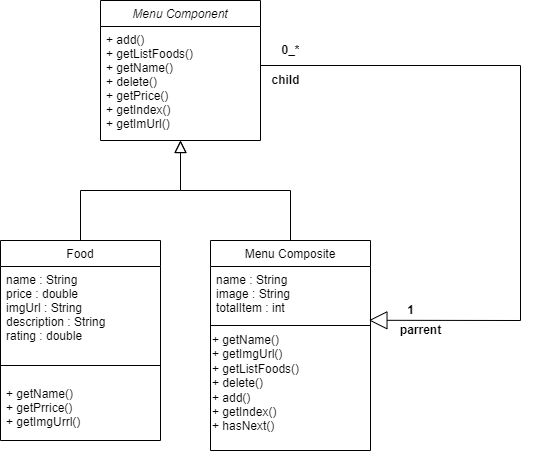
Before: ProjectDP/COMPOSITE.png, a diagram exported from draw.io (Dat0309/design-patterms). Source tidied: cells renumbered, new cells last; positions are measured from the earlier drawing's top-left corner, leaving out a move shared by most shapes.
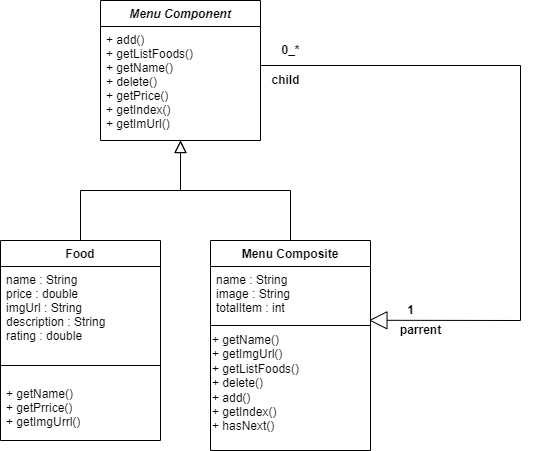
The same diagram one commit later.

Diff of the diagram source:
```diff
@@ -2,13 +2,13 @@
   <root>
     <mxCell id="0" />
     <mxCell id="1" parent="0" />
-    <mxCell id="2" value="Menu Component" style="swimlane;fontStyle=2;align=center;verticalAlign=top;horizontal=1;startSize=26;rounded=0;shadow=0;strokeWidth=1;" parent="1" vertex="1">
+    <mxCell id="2" value="Menu Component" style="swimlane;fontStyle=3;align=center;verticalAlign=top;horizontal=1;startSize=26;rounded=0;shadow=0;strokeWidth=1;" parent="1" vertex="1">
       <mxGeometry x="100" width="160" height="140" as="geometry" />
     </mxCell>
     <mxCell id="3" value="+ add()&#10;+ getListFoods()&#10;+ getName()&#10;+ delete()&#10;+ getPrice()&#10;+ getIndex()&#10;+ getImUrl()" style="text;align=left;verticalAlign=top;spacingLeft=4;spacingRight=4;overflow=hidden;" parent="2" vertex="1">
       <mxGeometry y="26" width="160" height="114" as="geometry" />
     </mxCell>
-    <mxCell id="4" value="Food" style="swimlane;fontStyle=0;align=center;verticalAlign=top;horizontal=1;startSize=26;rounded=0;shadow=0;strokeWidth=1;" parent="1" vertex="1">
+    <mxCell id="4" value="Food" style="swimlane;fontStyle=1;align=center;verticalAlign=top;horizontal=1;startSize=26;rounded=0;shadow=0;strokeWidth=1;" parent="1" vertex="1">
       <mxGeometry y="240" width="160" height="200" as="geometry" />
     </mxCell>
     <mxCell id="5" value="name : String&#10;price : double&#10;imgUrl : String&#10;description : String&#10;rating : double" style="text;align=left;verticalAlign=top;spacingLeft=4;spacingRight=4;overflow=hidden;" parent="4" vertex="1">
@@ -23,7 +23,7 @@
     <mxCell id="8" style="endArrow=block;endSize=10;endFill=0;shadow=0;strokeWidth=1;rounded=0;edgeStyle=elbowEdgeStyle;elbow=vertical;" parent="1" edge="1" source="4" target="2">
       <mxGeometry relative="1" as="geometry" />
     </mxCell>
-    <mxCell id="9" value="Menu Composite" style="swimlane;fontStyle=0;align=center;verticalAlign=top;horizontal=1;startSize=26;rounded=0;shadow=0;strokeWidth=1;" parent="1" vertex="1">
+    <mxCell id="9" value="Menu Composite" style="swimlane;fontStyle=1;align=center;verticalAlign=top;horizontal=1;startSize=26;rounded=0;shadow=0;strokeWidth=1;" parent="1" vertex="1">
       <mxGeometry x="210" y="240" width="160" height="210" as="geometry" />
     </mxCell>
     <mxCell id="10" value="name : String&#10;image : String&#10;totalItem : int&#10;" style="text;align=left;verticalAlign=top;spacingLeft=4;spacingRight=4;overflow=hidden;points=[[0,0.5],[1,0.5]];portConstraint=eastwest;" parent="9" vertex="1">
```
